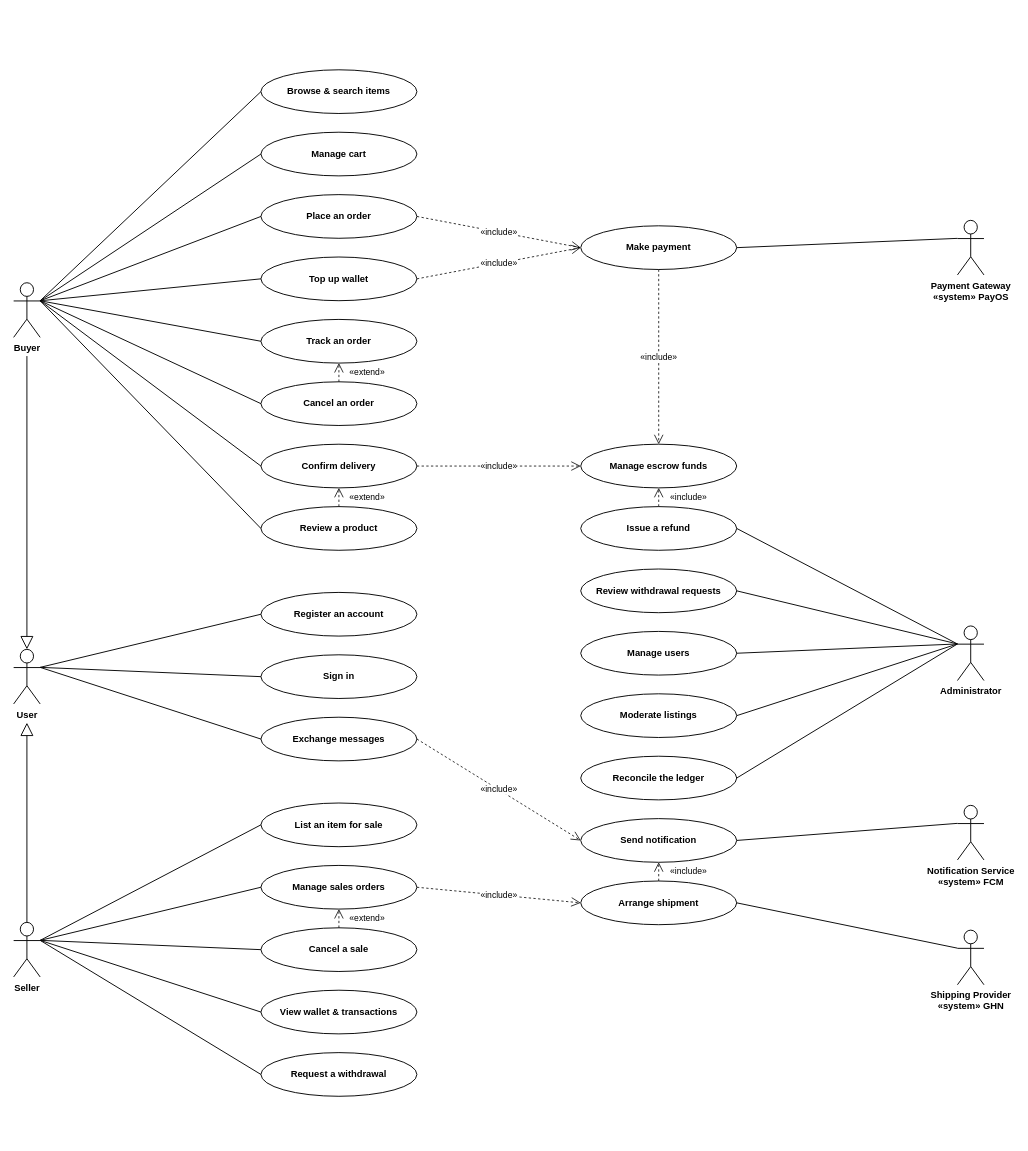
This is docs/system-design/drawio/05-use-case-diagram.drawio from tdat-dev/Zoldify_Backend, a draw.io file, before an edit. Source tidied: cells renumbered, new cells numbered last; positions are measured from the earlier drawing's top-left corner, leaving out a move shared by most shapes. Both pictures are drawn from the tidied source at 78%, with x=0, y=0 at pixel (13, 69).
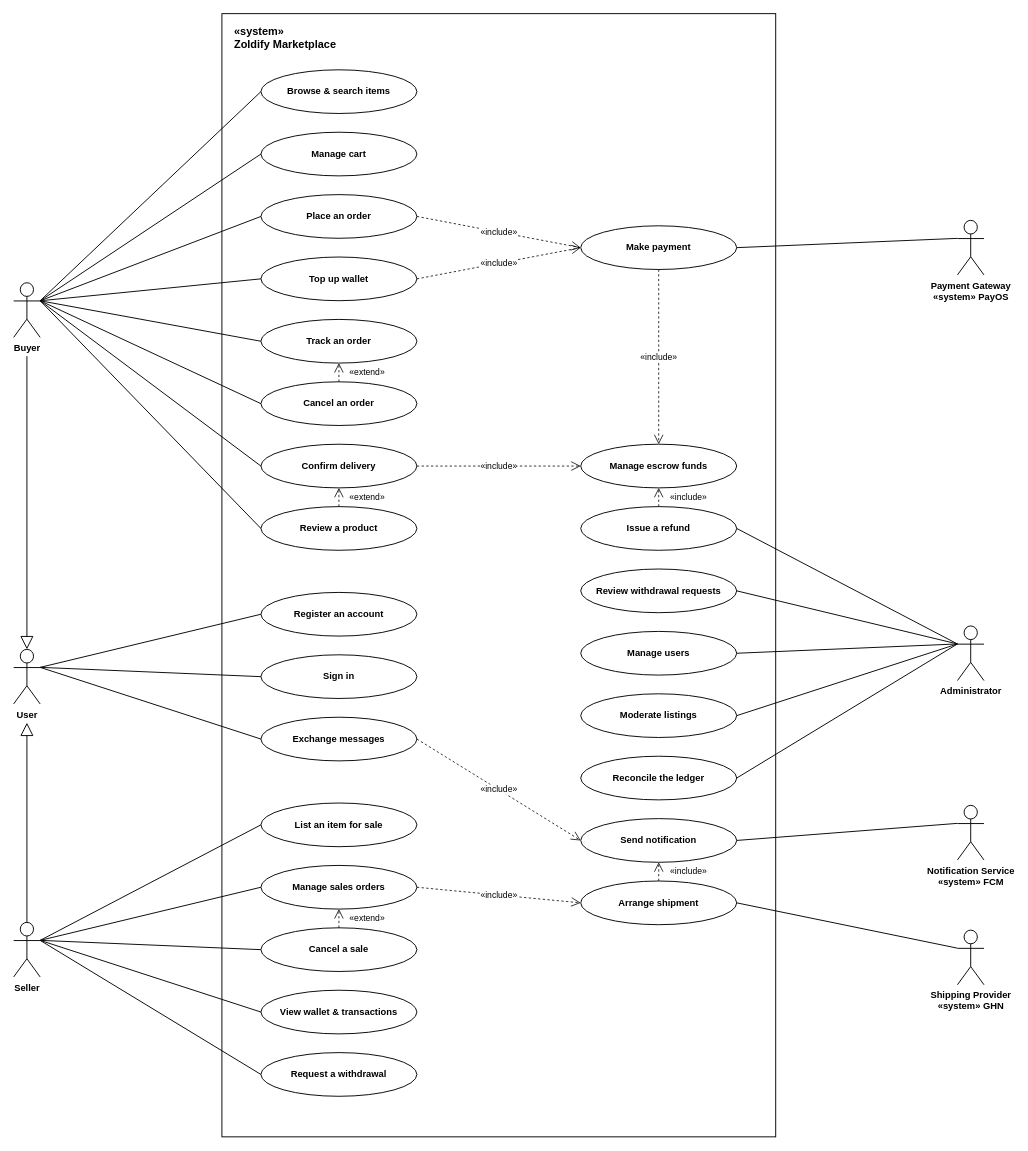
After the change.

Commit message (it also covers changes not shown here):
docs: docs(system-design): restore system boundary in use case diagram

Change to the diagram source:
```diff
@@
+    <mxCell id="71" value="«system»&lt;br&gt;Zoldify Marketplace" style="rounded=0;whiteSpace=wrap;html=1;verticalAlign=top;align=left;spacingLeft=14;spacingTop=8;fillColor=#FFFFFF;strokeColor=#000000;strokeWidth=1.2;fontSize=14;fontStyle=1;fontColor=#000000;" parent="1" vertex="1">
+      <mxGeometry x="267" y="-72" width="710" height="1440" as="geometry" />
+    </mxCell>
```
